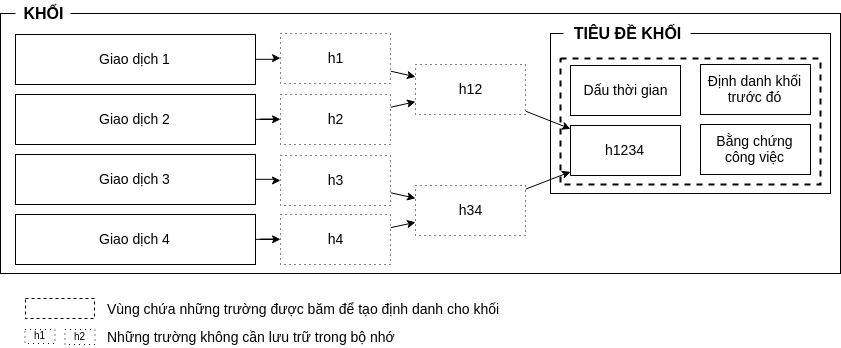
Before: resource/block-structure-using-merkle-tree.png, a diagram exported from draw.io (nguyenduyhieukma/from-Blockchain-to-Bitcoin). Source tidied: cells renumbered, new cells last; positions are measured from the earlier drawing's top-left corner, leaving out a move shared by most shapes.
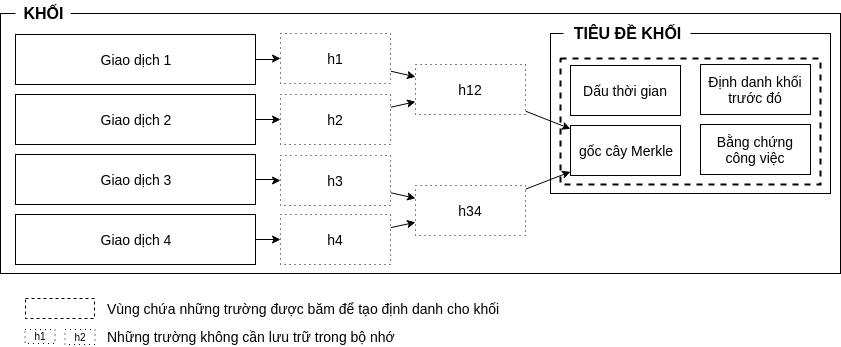
Above is the later version.

The edit, as a diff of the source:
```diff
@@ -65,7 +65,7 @@
     <mxCell id="22" value="h34" style="rounded=0;whiteSpace=wrap;html=1;fontSize=14;dashed=1;dashPattern=1 4;" parent="1" vertex="1">
       <mxGeometry x="415" y="185" width="110" height="50" as="geometry" />
     </mxCell>
-    <mxCell id="23" value="h1234" style="rounded=0;whiteSpace=wrap;html=1;fontSize=14;" parent="1" vertex="1">
+    <mxCell id="23" value="gốc cây Merkle" style="rounded=0;whiteSpace=wrap;html=1;fontSize=14;" parent="1" vertex="1">
       <mxGeometry x="570" y="125" width="110" height="50" as="geometry" />
     </mxCell>
     <mxCell id="24" style="edgeStyle=none;rounded=0;jettySize=auto;html=1;fontSize=16;" parent="1" edge="1" source="25" target="20">
```
